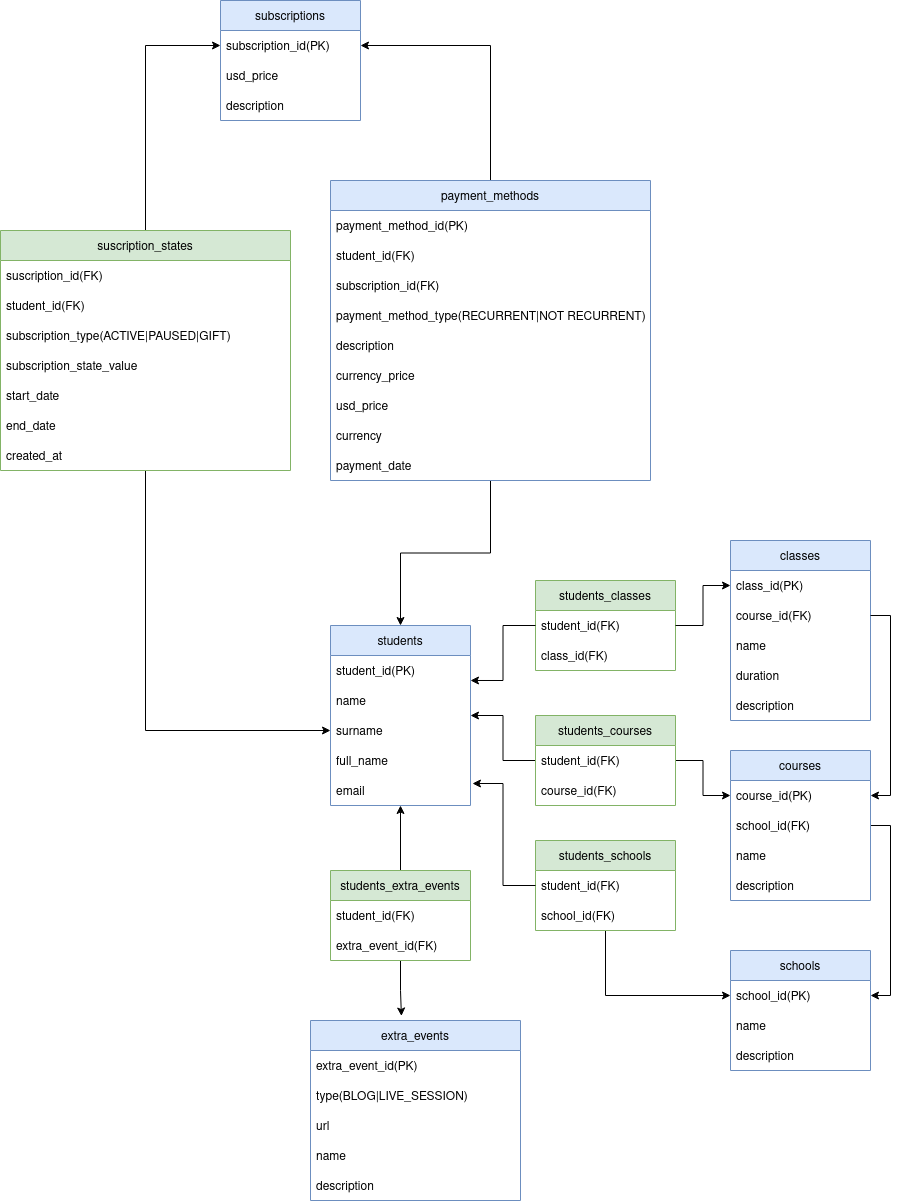
This is project/doc/diagram-relational_model.png from PlatziDev/Data-Engineer-Test, a draw.io export, as it was before one commit. Source tidied: cells renumbered, new cells last; positions are measured from the earlier drawing's top-left corner, leaving out a move shared by most shapes.
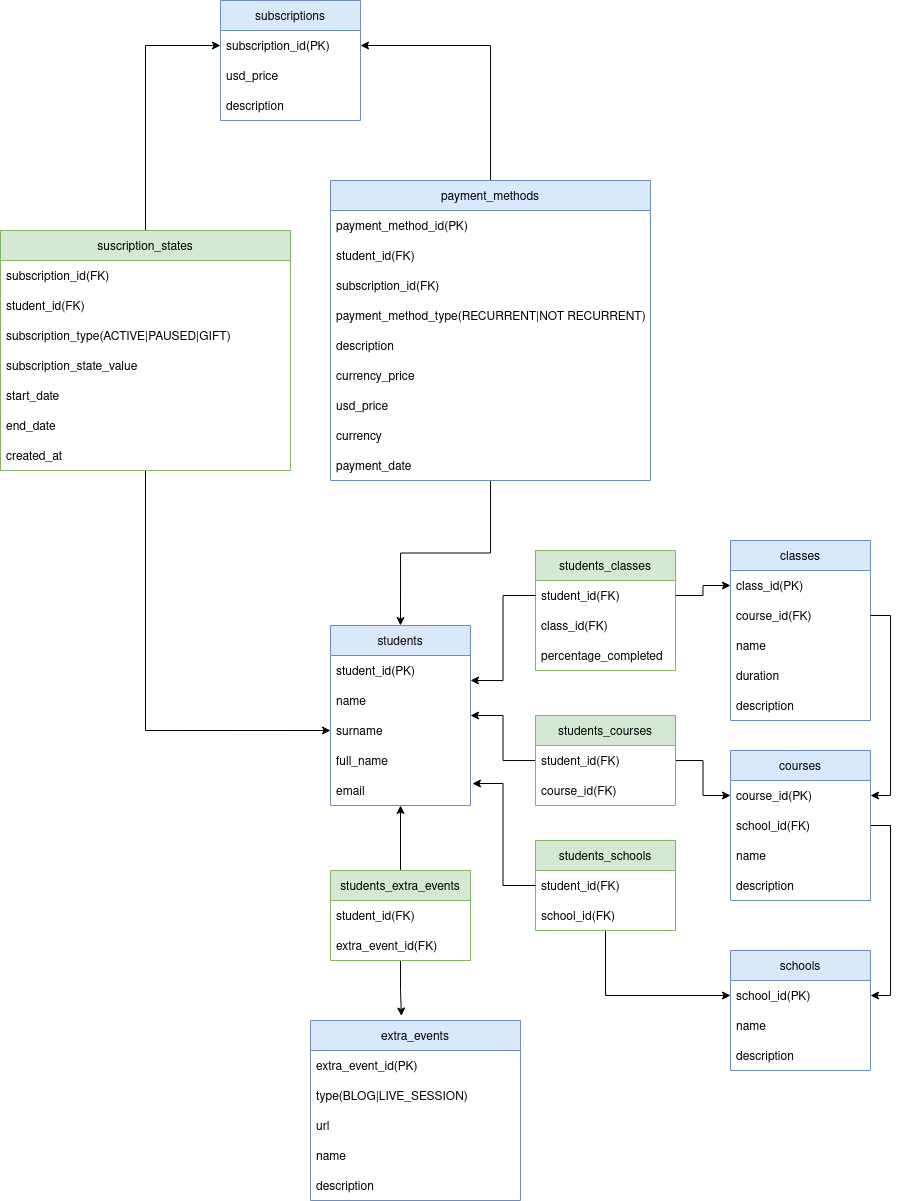
After the change.

Diff of the diagram source:
```diff
@@ -130,7 +130,7 @@
     <mxCell id="42" value="suscription_states" style="swimlane;fontStyle=0;horizontal=1;startSize=30;fillColor=#d5e8d4;strokeColor=#82b366;" parent="1" vertex="1">
       <mxGeometry y="230" width="290" height="240" as="geometry" />
     </mxCell>
-    <mxCell id="43" value="suscription_id(FK)" style="text;strokeColor=none;fillColor=none;align=left;verticalAlign=middle;spacingLeft=4;spacingRight=4;overflow=hidden;" parent="42" vertex="1">
+    <mxCell id="43" value="subscription_id(FK)" style="text;strokeColor=none;fillColor=none;align=left;verticalAlign=middle;spacingLeft=4;spacingRight=4;overflow=hidden;" parent="42" vertex="1">
       <mxGeometry y="30" width="290" height="30" as="geometry" />
     </mxCell>
     <mxCell id="44" value="student_id(FK)" style="text;strokeColor=none;fillColor=none;align=left;verticalAlign=middle;spacingLeft=4;spacingRight=4;overflow=hidden;" parent="42" vertex="1">
@@ -212,13 +212,16 @@
       <mxGeometry y="150" width="140" height="30" as="geometry" />
     </mxCell>
     <mxCell id="70" value="students_classes" style="swimlane;fontStyle=0;horizontal=1;startSize=30;fillColor=#d5e8d4;strokeColor=#82b366;" parent="1" vertex="1">
-      <mxGeometry x="535" y="580" width="140" height="90" as="geometry" />
+      <mxGeometry x="535" y="550" width="140" height="120" as="geometry" />
     </mxCell>
     <mxCell id="71" value="student_id(FK)" style="text;strokeColor=none;fillColor=none;align=left;verticalAlign=middle;spacingLeft=4;spacingRight=4;overflow=hidden;points=[[0,0.5],[1,0.5]];portConstraint=eastwest;" parent="70" vertex="1">
       <mxGeometry y="30" width="140" height="30" as="geometry" />
     </mxCell>
+    <mxCell id="77" value="class_id(FK)" style="text;strokeColor=none;fillColor=none;align=left;verticalAlign=middle;spacingLeft=4;spacingRight=4;overflow=hidden;" parent="70" vertex="1">
+      <mxGeometry y="60" width="140" height="30" as="geometry" />
+    </mxCell>
-    <mxCell id="72" value="class_id(FK)" style="text;strokeColor=none;fillColor=none;align=left;verticalAlign=middle;spacingLeft=4;spacingRight=4;overflow=hidden;" parent="70" vertex="1">
-      <mxGeometry y="60" width="140" height="30" as="geometry" />
+    <mxCell id="72" value="percentage_completed" style="text;strokeColor=none;fillColor=none;align=left;verticalAlign=middle;spacingLeft=4;spacingRight=4;overflow=hidden;" parent="70" vertex="1">
+      <mxGeometry y="90" width="140" height="30" as="geometry" />
     </mxCell>
     <mxCell id="73" style="edgeStyle=orthogonalEdgeStyle;rounded=0;jettySize=auto;html=1;" parent="1" edge="1" source="71" target="65">
       <mxGeometry relative="1" as="geometry" />
```
